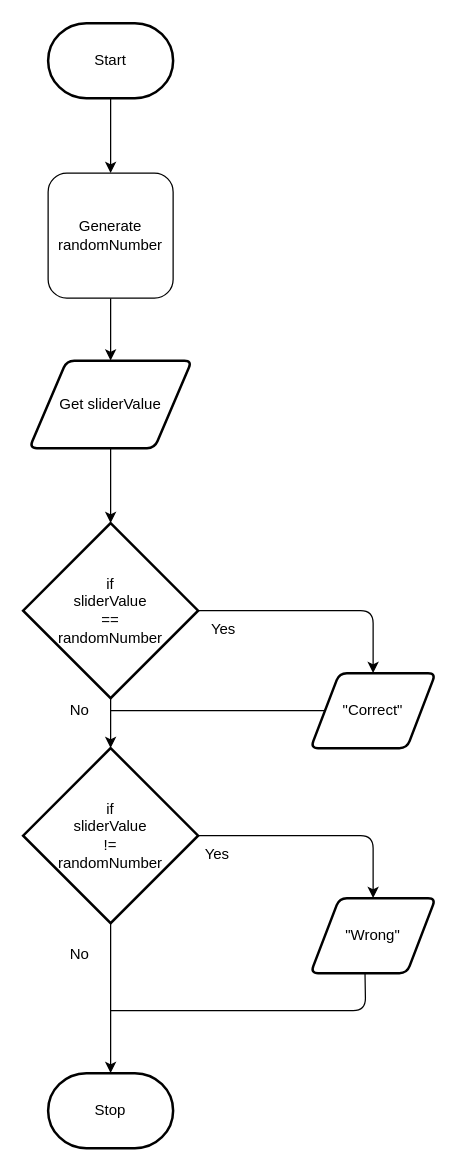
This is design/flowchart.drawio from MTHS-ICD2O-1-2023/ICD2O-Unit-5-01-manya-feng, a draw.io file, before an edit. Source tidied: cells renumbered, new cells numbered last; positions are measured from the earlier drawing's top-left corner, leaving out a move shared by most shapes. Both pictures are drawn from the tidied source at 125%, with x=0, y=0 at pixel (22, 22).
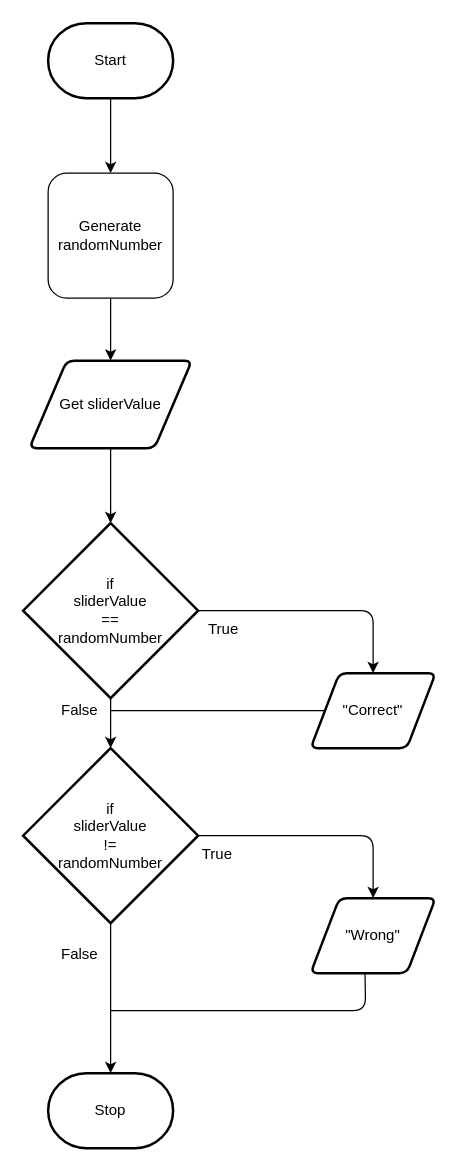
The same diagram, later.

The edit, as a diff of the source:
```diff
@@
-    <mxCell id="13" value="Yes" style="text;html=1;align=center;verticalAlign=middle;strokeColor=none;fillColor=none;" parent="1" vertex="1">
-      <mxGeometry x="140" y="470" width="40" height="30" as="geometry" />
+    <mxCell id="13" value="True" style="text;html=1;align=center;verticalAlign=middle;strokeColor=none;fillColor=none;" parent="1" vertex="1">
+      <mxGeometry x="135" y="470" width="50" height="30" as="geometry" />
     </mxCell>
@@
-    <mxCell id="17" value="No" style="text;html=1;align=center;verticalAlign=middle;strokeColor=none;fillColor=none;" parent="1" vertex="1">
-      <mxGeometry x="25" y="535" width="40" height="30" as="geometry" />
+    <mxCell id="17" value="False" style="text;html=1;align=center;verticalAlign=middle;strokeColor=none;fillColor=none;" parent="1" vertex="1">
+      <mxGeometry x="20" y="535" width="50" height="30" as="geometry" />
     </mxCell>
@@
-    <mxCell id="21" value="Yes" style="text;html=1;align=center;verticalAlign=middle;strokeColor=none;fillColor=none;" parent="1" vertex="1">
-      <mxGeometry x="135" y="650" width="40" height="30" as="geometry" />
+    <mxCell id="21" value="True" style="text;html=1;align=center;verticalAlign=middle;strokeColor=none;fillColor=none;" parent="1" vertex="1">
+      <mxGeometry x="130" y="650" width="50" height="30" as="geometry" />
     </mxCell>
-    <mxCell id="22" value="No" style="text;html=1;align=center;verticalAlign=middle;strokeColor=none;fillColor=none;" parent="1" vertex="1">
-      <mxGeometry x="25" y="730" width="40" height="30" as="geometry" />
+    <mxCell id="22" value="False" style="text;html=1;align=center;verticalAlign=middle;strokeColor=none;fillColor=none;" parent="1" vertex="1">
+      <mxGeometry x="20" y="730" width="50" height="30" as="geometry" />
     </mxCell>
```
